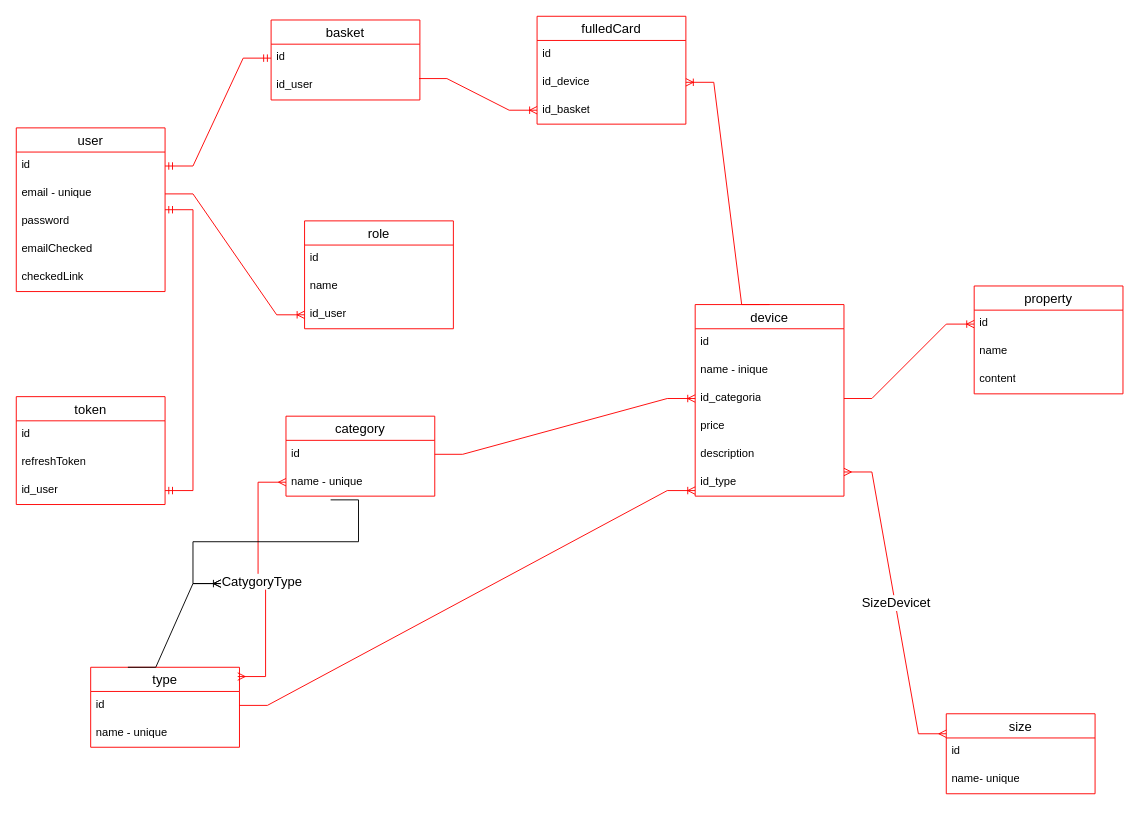
This is shose.drawio from OlegGrn/draw_io, a draw.io file, before an edit. Source tidied: cells renumbered, new cells numbered last; positions are measured from the earlier drawing's top-left corner, leaving out a move shared by most shapes. Both pictures are drawn from the tidied source at 93%, with x=0, y=0 at pixel (-21, 16).
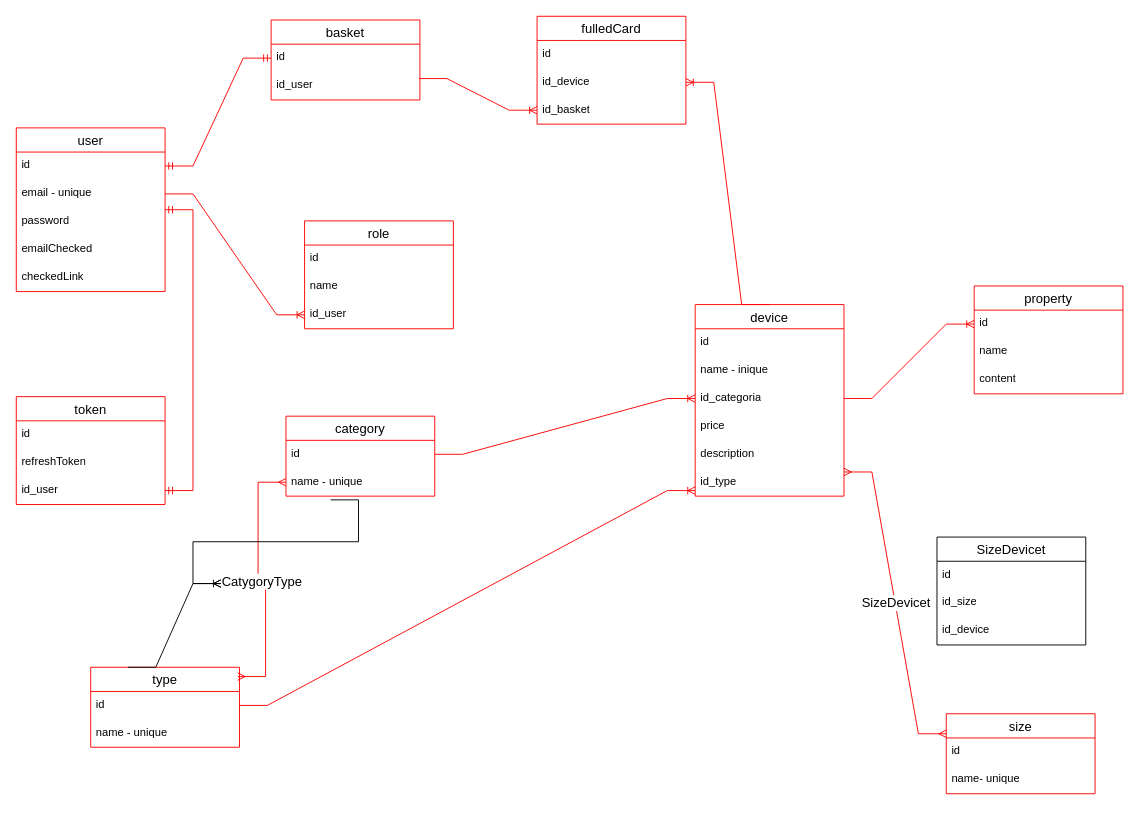
After the change.

What changed in the source:
```diff
@@
+    <mxCell id="57" value="SizeDevicet" style="swimlane;fontStyle=0;horizontal=1;startSize=26;align=center;fontSize=14;" parent="1" vertex="1">
+      <mxGeometry x="1030" y="560" width="160" height="116" as="geometry" />
+    </mxCell>
+    <mxCell id="58" value="id" style="text;strokeColor=none;fillColor=none;spacingLeft=4;spacingRight=4;overflow=hidden;fontSize=12;whiteSpace=wrap;html=1;" parent="57" vertex="1">
+      <mxGeometry y="26" width="160" height="30" as="geometry" />
+    </mxCell>
+    <mxCell id="59" value="id_size" style="text;strokeColor=none;fillColor=none;spacingLeft=4;spacingRight=4;overflow=hidden;fontSize=12;whiteSpace=wrap;html=1;" parent="57" vertex="1">
+      <mxGeometry y="56" width="160" height="30" as="geometry" />
+    </mxCell>
+    <mxCell id="60" value="id_device" style="text;strokeColor=none;fillColor=none;spacingLeft=4;spacingRight=4;overflow=hidden;fontSize=12;whiteSpace=wrap;html=1;" parent="57" vertex="1">
+      <mxGeometry y="86" width="160" height="30" as="geometry" />
+    </mxCell>
```
